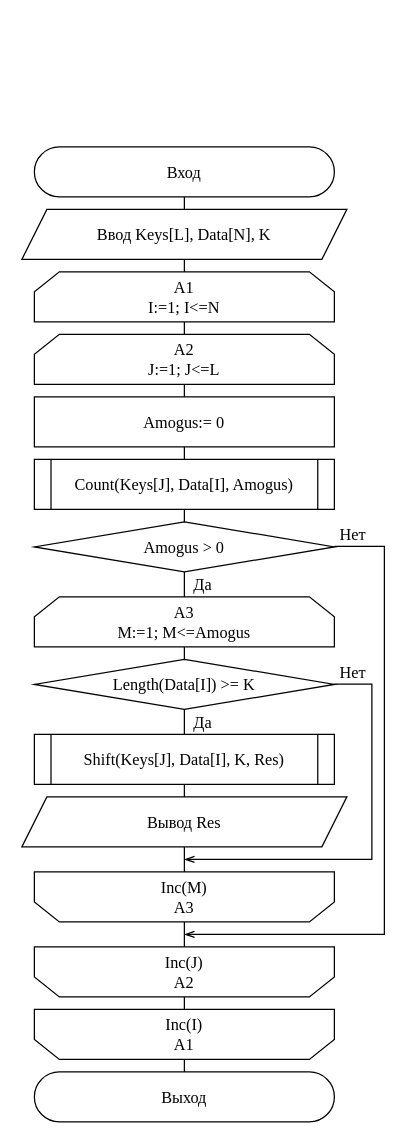
Before: page "Страница 3" (3 of 4) of OAiP/Lab 2.8/Scheme/1.drawio in Hummel009/Delphi-Projects, a draw.io diagram. Source tidied: cells renumbered, new cells numbered last; positions are measured from the earlier drawing's top-left corner, leaving out a move shared by most shapes. Both pictures are drawn from the tidied source at 125%, with x=0, y=0 at pixel (21, 146).
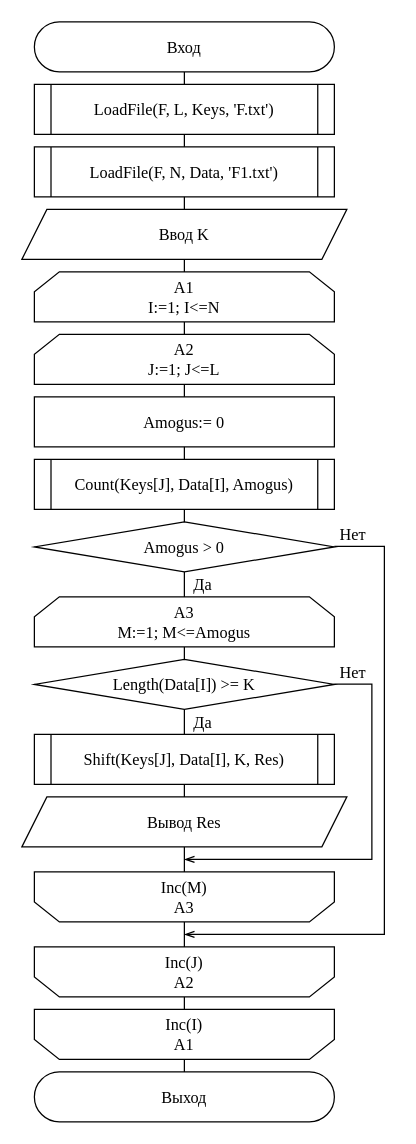
The same diagram, later.

Change to the diagram source:
```diff
@@
     <mxCell id="3" value="Вход" style="rounded=1;whiteSpace=wrap;html=1;arcSize=50;fontFamily=Times New Roman;fontSize=13;" parent="1" vertex="1">
-      <mxGeometry x="10" width="240" height="40" as="geometry" />
+      <mxGeometry x="10" y="-100" width="240" height="40" as="geometry" />
     </mxCell>
@@
-    <mxCell id="6" value="Ввод Keys[L],&amp;nbsp;Data[N], K" style="shape=parallelogram;perimeter=parallelogramPerimeter;whiteSpace=wrap;html=1;fixedSize=1;fontFamily=Times New Roman;fontSize=13;" parent="1" vertex="1">
+    <mxCell id="6" value="Ввод K" style="shape=parallelogram;perimeter=parallelogramPerimeter;whiteSpace=wrap;html=1;fixedSize=1;fontFamily=Times New Roman;fontSize=13;" parent="1" vertex="1">
       <mxGeometry y="50" width="260" height="40" as="geometry" />
     </mxCell>
@@
+    <mxCell id="30" style="group;fontFamily=Times New Roman;fontSize=13;" parent="1" vertex="1">
+      <mxGeometry x="10" y="-50" width="240" height="40" as="geometry" />
+    </mxCell>
+    <mxCell id="31" value="LoadFile(F, L, Keys, 'F.txt')" style="rounded=0;whiteSpace=wrap;html=1;fontSize=13;fontFamily=Times New Roman;" parent="30" vertex="1">
+      <mxGeometry width="240" height="40" as="geometry" />
+    </mxCell>
+    <mxCell id="32" style="endArrow=none;html=1;rounded=0;edgeStyle=orthogonalEdgeStyle;fontFamily=Times New Roman;fontSize=13;" parent="30" edge="1">
+      <mxGeometry relative="1" as="geometry">
+        <mxPoint x="13.3" y="40" as="sourcePoint" />
+        <mxPoint x="13.3" as="targetPoint" />
+      </mxGeometry>
+    </mxCell>
+    <mxCell id="33" style="endArrow=none;html=1;rounded=0;edgeStyle=orthogonalEdgeStyle;fontFamily=Times New Roman;fontSize=13;" parent="30" edge="1">
+      <mxGeometry relative="1" as="geometry">
+        <mxPoint x="226.7" y="40" as="sourcePoint" />
+        <mxPoint x="226.7" as="targetPoint" />
+      </mxGeometry>
+    </mxCell>
+    <mxCell id="34" style="group;fontFamily=Times New Roman;fontSize=13;" parent="1" vertex="1">
+      <mxGeometry x="10" width="240" height="40" as="geometry" />
+    </mxCell>
+    <mxCell id="35" value="LoadFile(F, N, Data, 'F1.txt')" style="rounded=0;whiteSpace=wrap;html=1;fontSize=13;fontFamily=Times New Roman;" parent="34" vertex="1">
+      <mxGeometry width="240" height="40" as="geometry" />
+    </mxCell>
+    <mxCell id="36" style="endArrow=none;html=1;rounded=0;edgeStyle=orthogonalEdgeStyle;fontFamily=Times New Roman;fontSize=13;" parent="34" edge="1">
+      <mxGeometry relative="1" as="geometry">
+        <mxPoint x="13.3" y="40" as="sourcePoint" />
+        <mxPoint x="13.3" as="targetPoint" />
+      </mxGeometry>
+    </mxCell>
+    <mxCell id="37" style="endArrow=none;html=1;rounded=0;edgeStyle=orthogonalEdgeStyle;fontFamily=Times New Roman;fontSize=13;" parent="34" edge="1">
+      <mxGeometry relative="1" as="geometry">
+        <mxPoint x="226.7" y="40" as="sourcePoint" />
+        <mxPoint x="226.7" as="targetPoint" />
+      </mxGeometry>
+    </mxCell>
```
